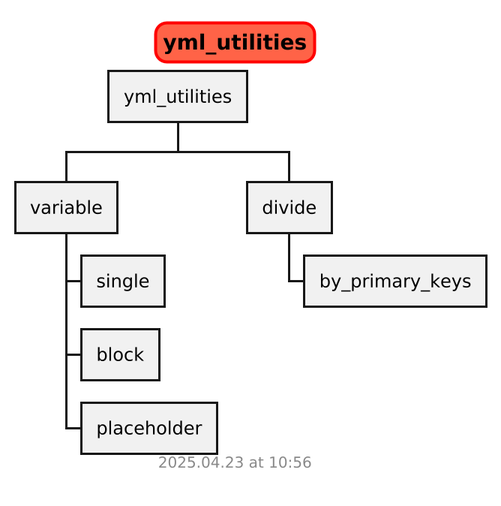
This is docs/modules/yml_utilities/yml_utilities.png from vamseeachanta/assetutilities, a PlantUML export, as it was before one commit.
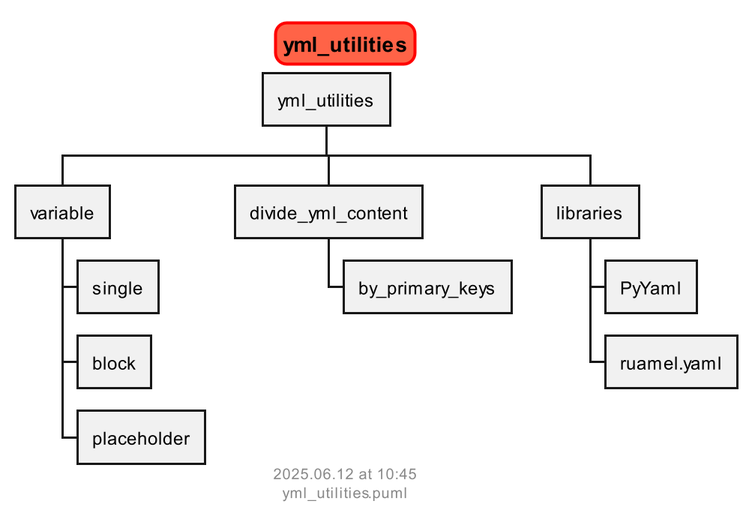
After the commit.

Change to the diagram source:
```diff
@@ -16,8 +16,12 @@
 *** placeholder
 
 
-** divide
+** divide_yml_content
 *** by_primary_keys
+
+** libraries
+*** PyYaml
+*** ruamel.yaml
 
 
 footer
```
